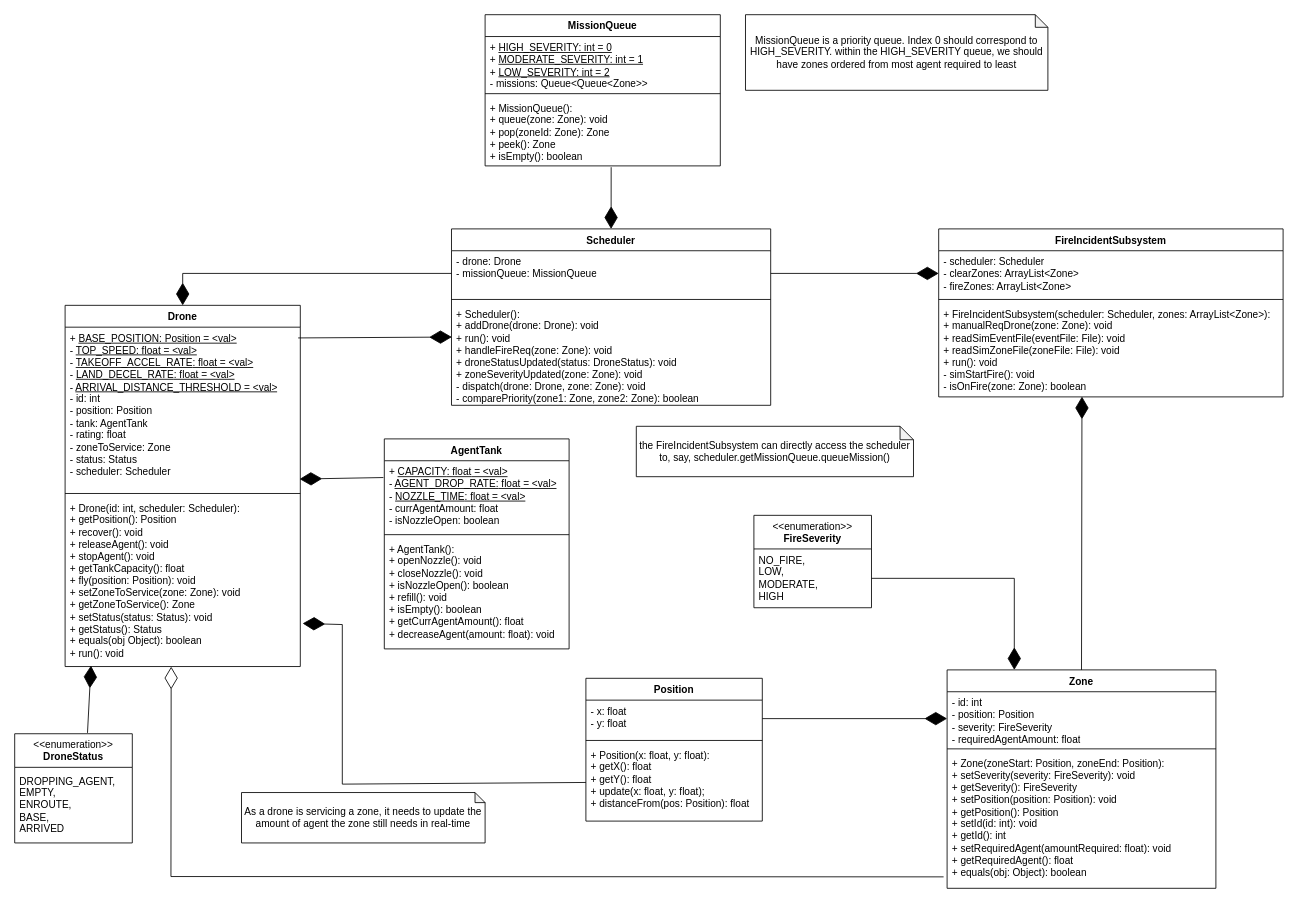
Before: docs/fire_drone_swarm_class.drawio in hubertdang/fire-drone-swarm, a draw.io diagram. Source tidied: cells renumbered, new cells numbered last; positions are measured from the earlier drawing's top-left corner, leaving out a move shared by most shapes. Both pictures are drawn from the tidied source at 84%, with x=0, y=0 at pixel (14, 14).
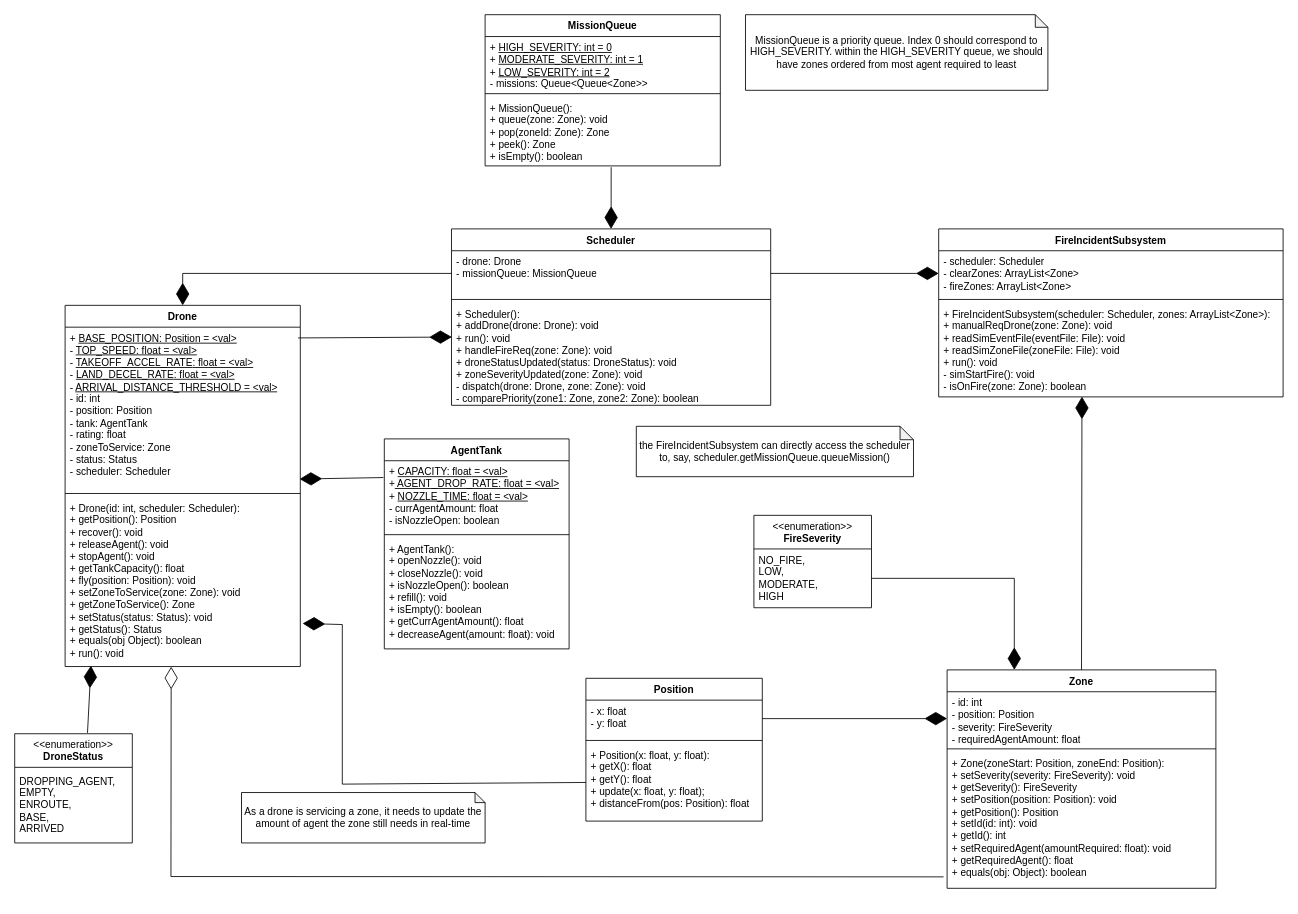
The same page after the edit.

Unchanged cells that the change refers to:
```xml
<mxCell id="18" value="AgentTank" style="swimlane;fontStyle=1;align=center;verticalAlign=top;horizontal=1;startSize=26;whiteSpace=wrap;html=1;" parent="1" vertex="1">
  <mxGeometry x="440" y="505" width="220" height="250" as="geometry" />
</mxCell>
```

The edit, as a diff of the source:
```diff
@@
-    <mxCell id="19" value="&lt;div&gt;+ &lt;u&gt;CAPACITY&lt;span style=&quot;color: light-dark(rgb(0, 0, 0), rgb(255, 255, 255)); background-color: transparent;&quot;&gt;: float&lt;/span&gt;&lt;span style=&quot;color: light-dark(rgb(0, 0, 0), rgb(255, 255, 255)); background-color: transparent;&quot;&gt;&amp;nbsp;= &amp;lt;val&amp;gt;&lt;/span&gt;&lt;/u&gt;&lt;br&gt;&lt;/div&gt;- &lt;u&gt;AGENT_DROP_RATE:&lt;span style=&quot;color: light-dark(rgb(0, 0, 0), rgb(255, 255, 255)); background-color: transparent;&quot;&gt;&amp;nbsp;float&lt;/span&gt;&lt;span style=&quot;color: light-dark(rgb(0, 0, 0), rgb(255, 255, 255)); background-color: transparent;&quot;&gt;&amp;nbsp;= &amp;lt;val&amp;gt;&lt;/span&gt;&lt;/u&gt;&lt;div&gt;-&amp;nbsp;&lt;u&gt;NOZZLE_TIME&lt;/u&gt;&lt;u style=&quot;color: light-dark(rgb(0, 0, 0), rgb(255, 255, 255)); background-color: transparent;&quot;&gt;: float&lt;/u&gt;&lt;u style=&quot;color: light-dark(rgb(0, 0, 0), rgb(255, 255, 255)); background-color: transparent;&quot;&gt;&amp;nbsp;= &amp;lt;val&amp;gt;&lt;/u&gt;&lt;u style=&quot;color: light-dark(rgb(0, 0, 0), rgb(255, 255, 255)); background-color: transparent;&quot;&gt;&lt;br&gt;&lt;/u&gt;&lt;/div&gt;&lt;div&gt;- currAgentAmount: float&lt;/div&gt;&lt;div&gt;- isNozzleOpen: boolean&lt;/div&gt;" style="text;strokeColor=none;fillColor=none;align=left;verticalAlign=top;spacingLeft=4;spacingRight=4;overflow=hidden;points=[[0,0.5],[1,0.5]];portConstraint=eastwest;whiteSpace=wrap;html=1;" parent="18" vertex="1">
+    <mxCell id="19" value="&lt;div&gt;+ &lt;u&gt;CAPACITY&lt;span style=&quot;color: light-dark(rgb(0, 0, 0), rgb(255, 255, 255)); background-color: transparent;&quot;&gt;: float&lt;/span&gt;&lt;span style=&quot;color: light-dark(rgb(0, 0, 0), rgb(255, 255, 255)); background-color: transparent;&quot;&gt;&amp;nbsp;= &amp;lt;val&amp;gt;&lt;/span&gt;&lt;/u&gt;&lt;br&gt;&lt;/div&gt;+&lt;u&gt; AGENT_DROP_RATE:&lt;span style=&quot;color: light-dark(rgb(0, 0, 0), rgb(255, 255, 255)); background-color: transparent;&quot;&gt;&amp;nbsp;float&lt;/span&gt;&lt;span style=&quot;color: light-dark(rgb(0, 0, 0), rgb(255, 255, 255)); background-color: transparent;&quot;&gt;&amp;nbsp;= &amp;lt;val&amp;gt;&lt;/span&gt;&lt;/u&gt;&lt;div&gt;+&amp;nbsp;&lt;u&gt;NOZZLE_TIME&lt;/u&gt;&lt;u style=&quot;color: light-dark(rgb(0, 0, 0), rgb(255, 255, 255)); background-color: transparent;&quot;&gt;: float&lt;/u&gt;&lt;u style=&quot;color: light-dark(rgb(0, 0, 0), rgb(255, 255, 255)); background-color: transparent;&quot;&gt;&amp;nbsp;= &amp;lt;val&amp;gt;&lt;/u&gt;&lt;u style=&quot;color: light-dark(rgb(0, 0, 0), rgb(255, 255, 255)); background-color: transparent;&quot;&gt;&lt;br&gt;&lt;/u&gt;&lt;/div&gt;&lt;div&gt;- currAgentAmount: float&lt;/div&gt;&lt;div&gt;- isNozzleOpen: boolean&lt;/div&gt;" style="text;strokeColor=none;fillColor=none;align=left;verticalAlign=top;spacingLeft=4;spacingRight=4;overflow=hidden;points=[[0,0.5],[1,0.5]];portConstraint=eastwest;whiteSpace=wrap;html=1;" parent="18" vertex="1">
       <mxGeometry y="26" width="220" height="84" as="geometry" />
     </mxCell>
```
